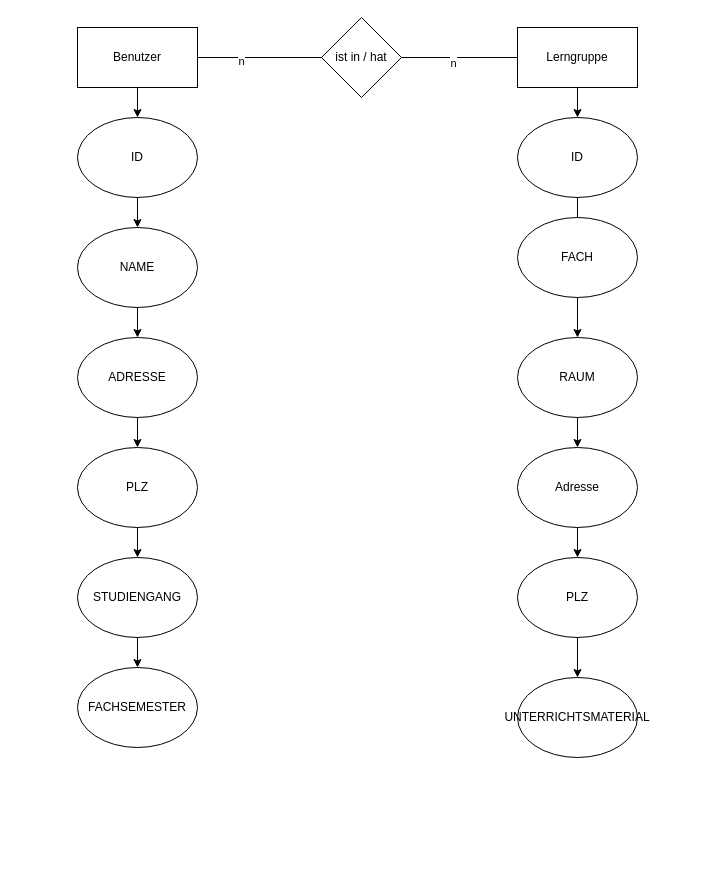
The draw.io diagram Planungsdokumente/ER DIAGRAMM-Jonas Becker LerngruppenKoordinator.drawio in Rollo142/Lerngruppen-Koordinator, before the edit. Source tidied: cells renumbered, new cells numbered last; positions are measured from the earlier drawing's top-left corner, leaving out a move shared by most shapes. Both pictures are drawn from the tidied source at 100%, with x=0, y=0 at pixel (77, 17).
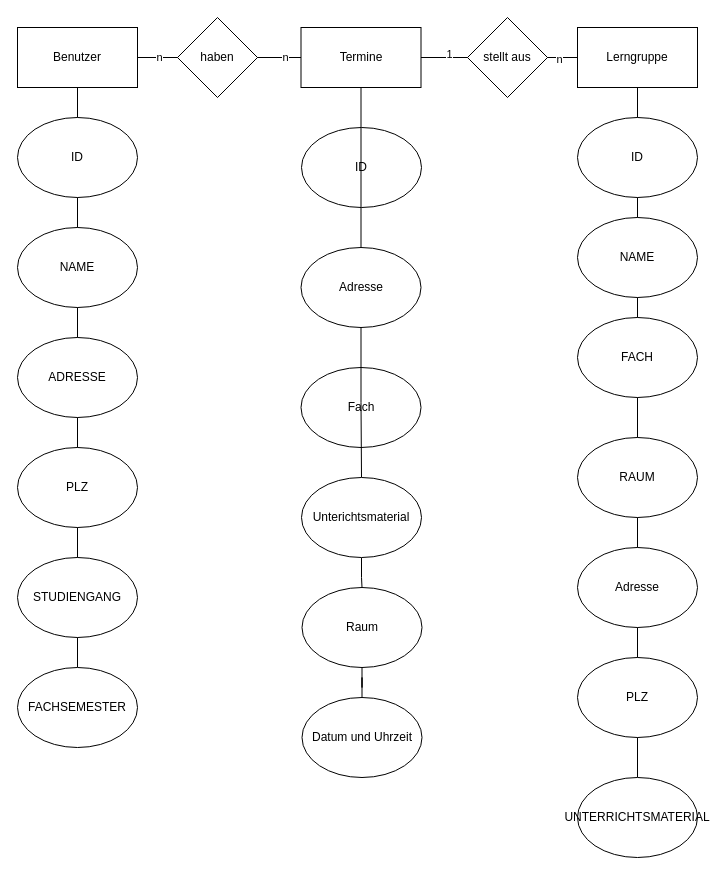
The same diagram, later.

Diff of the diagram source:
```diff
@@
-    <mxCell id="2" style="edgeStyle=orthogonalEdgeStyle;rounded=0;jettySize=auto;html=1;exitX=0.5;exitY=1;exitDx=0;exitDy=0;entryX=0.5;entryY=0;entryDx=0;entryDy=0;" parent="1" edge="1" source="3" target="12">
-      <mxGeometry relative="1" as="geometry" />
-    </mxCell>
+    <mxCell id="32" style="edgeStyle=orthogonalEdgeStyle;rounded=0;jettySize=auto;html=1;entryX=0.5;entryY=0;entryDx=0;entryDy=0;endArrow=none;endFill=0;" parent="1" edge="1" source="3" target="30">
+      <mxGeometry relative="1" as="geometry" />
+    </mxCell>
+    <mxCell id="33" style="edgeStyle=orthogonalEdgeStyle;rounded=0;jettySize=auto;html=1;exitX=1;exitY=0.5;exitDx=0;exitDy=0;endArrow=none;endFill=0;" parent="1" edge="1" source="3" target="41">
+      <mxGeometry relative="1" as="geometry" />
+    </mxCell>
+    <mxCell id="34" value="n" style="edgeLabel;html=1;align=center;verticalAlign=middle;" parent="33" vertex="1">
+      <mxGeometry x="-0.74" y="1" relative="1" as="geometry" />
+    </mxCell>
+    <mxCell id="35" value="n" style="edgeLabel;html=1;align=center;verticalAlign=middle;" parent="33" vertex="1">
+      <mxGeometry x="0.8" y="1" relative="1" as="geometry" />
+    </mxCell>
     <mxCell id="3" value="Benutzer" style="rounded=0;whiteSpace=wrap;html=1;" parent="1" vertex="1">
-      <mxGeometry y="10" width="120" height="60" as="geometry" />
+      <mxGeometry x="-60" y="10" width="120" height="60" as="geometry" />
     </mxCell>
-    <mxCell id="4" value="ist in / hat" style="rhombus;whiteSpace=wrap;html=1;" parent="1" vertex="1">
-      <mxGeometry x="244" width="80" height="80" as="geometry" />
-    </mxCell>
-    <mxCell id="5" style="edgeStyle=orthogonalEdgeStyle;rounded=0;jettySize=auto;html=1;exitX=0.5;exitY=1;exitDx=0;exitDy=0;entryX=0.5;entryY=0;entryDx=0;entryDy=0;" parent="1" edge="1" source="6" target="20">
-      <mxGeometry relative="1" as="geometry" />
-    </mxCell>
+    <mxCell id="36" style="edgeStyle=orthogonalEdgeStyle;rounded=0;jettySize=auto;html=1;entryX=0.5;entryY=0;entryDx=0;entryDy=0;endArrow=none;endFill=0;" parent="1" edge="1" source="6" target="31">
+      <mxGeometry relative="1" as="geometry" />
+    </mxCell>
+    <mxCell id="37" style="edgeStyle=orthogonalEdgeStyle;rounded=0;jettySize=auto;html=1;exitX=0;exitY=0.5;exitDx=0;exitDy=0;entryX=1;entryY=0.5;entryDx=0;entryDy=0;endArrow=none;endFill=0;" parent="1" edge="1" source="6" target="41">
+      <mxGeometry relative="1" as="geometry" />
+    </mxCell>
+    <mxCell id="38" value="1" style="edgeLabel;html=1;align=center;verticalAlign=middle;" parent="37" vertex="1">
+      <mxGeometry x="0.65" y="-4" relative="1" as="geometry" />
+    </mxCell>
+    <mxCell id="39" value="n" style="edgeLabel;html=1;align=center;verticalAlign=middle;" parent="37" vertex="1">
+      <mxGeometry x="-0.76" y="1" relative="1" as="geometry" />
+    </mxCell>
     <mxCell id="6" value="Lerngruppe" style="rounded=0;whiteSpace=wrap;html=1;" parent="1" vertex="1">
-      <mxGeometry x="440" y="10" width="120" height="60" as="geometry" />
+      <mxGeometry x="500" y="10" width="120" height="60" as="geometry" />
     </mxCell>
-    <mxCell id="7" style="endArrow=none;html=1;rounded=0;exitX=1;exitY=0.5;exitDx=0;exitDy=0;entryX=0;entryY=0.5;entryDx=0;entryDy=0;" parent="1" edge="1" source="3" target="4">
-      <mxGeometry relative="1" as="geometry" />
-    </mxCell>
-    <mxCell id="8" value="n" style="edgeLabel;html=1;align=center;verticalAlign=middle;" parent="7" vertex="1">
-      <mxGeometry x="-0.31" y="-3" relative="1" as="geometry" />
-    </mxCell>
-    <mxCell id="9" style="endArrow=none;html=1;rounded=0;exitX=1;exitY=0.5;exitDx=0;exitDy=0;entryX=0;entryY=0.5;entryDx=0;entryDy=0;" parent="1" edge="1" source="4" target="6">
-      <mxGeometry relative="1" as="geometry" />
-    </mxCell>
-    <mxCell id="10" value="n" style="edgeLabel;html=1;align=center;verticalAlign=middle;" parent="9" vertex="1">
-      <mxGeometry x="-0.12" y="-5" relative="1" as="geometry" />
-    </mxCell>
-    <mxCell id="11" style="edgeStyle=orthogonalEdgeStyle;rounded=0;jettySize=auto;html=1;exitX=0.5;exitY=1;exitDx=0;exitDy=0;entryX=0.5;entryY=0;entryDx=0;entryDy=0;" parent="1" edge="1" source="12" target="14">
-      <mxGeometry relative="1" as="geometry" />
-    </mxCell>
     <mxCell id="12" value="ID" style="ellipse;whiteSpace=wrap;html=1;" parent="1" vertex="1">
-      <mxGeometry y="100" width="120" height="80" as="geometry" />
+      <mxGeometry x="-60" y="100" width="120" height="80" as="geometry" />
     </mxCell>
-    <mxCell id="13" style="edgeStyle=orthogonalEdgeStyle;rounded=0;jettySize=auto;html=1;exitX=0.5;exitY=1;exitDx=0;exitDy=0;entryX=0.5;entryY=0;entryDx=0;entryDy=0;" parent="1" edge="1" source="14" target="16">
-      <mxGeometry relative="1" as="geometry" />
-    </mxCell>
     <mxCell id="14" value="NAME" style="ellipse;whiteSpace=wrap;html=1;" parent="1" vertex="1">
-      <mxGeometry y="210" width="120" height="80" as="geometry" />
+      <mxGeometry x="-60" y="210" width="120" height="80" as="geometry" />
     </mxCell>
-    <mxCell id="15" style="edgeStyle=orthogonalEdgeStyle;rounded=0;jettySize=auto;html=1;exitX=0.5;exitY=1;exitDx=0;exitDy=0;entryX=0.5;entryY=0;entryDx=0;entryDy=0;" parent="1" edge="1" source="16" target="18">
-      <mxGeometry relative="1" as="geometry" />
-    </mxCell>
     <mxCell id="16" value="ADRESSE" style="ellipse;whiteSpace=wrap;html=1;" parent="1" vertex="1">
-      <mxGeometry y="320" width="120" height="80" as="geometry" />
+      <mxGeometry x="-60" y="320" width="120" height="80" as="geometry" />
     </mxCell>
-    <mxCell id="17" style="edgeStyle=orthogonalEdgeStyle;rounded=0;jettySize=auto;html=1;exitX=0.5;exitY=1;exitDx=0;exitDy=0;entryX=0.5;entryY=0;entryDx=0;entryDy=0;" parent="1" edge="1" source="18" target="29">
-      <mxGeometry relative="1" as="geometry" />
-    </mxCell>
     <mxCell id="18" value="PLZ" style="ellipse;whiteSpace=wrap;html=1;" parent="1" vertex="1">
-      <mxGeometry y="430" width="120" height="80" as="geometry" />
+      <mxGeometry x="-60" y="430" width="120" height="80" as="geometry" />
     </mxCell>
-    <mxCell id="19" style="edgeStyle=orthogonalEdgeStyle;rounded=0;jettySize=auto;html=1;exitX=0.5;exitY=1;exitDx=0;exitDy=0;entryX=0.5;entryY=0;entryDx=0;entryDy=0;" parent="1" edge="1" source="20" target="22">
-      <mxGeometry relative="1" as="geometry" />
-    </mxCell>
     <mxCell id="20" value="ID" style="ellipse;whiteSpace=wrap;html=1;" parent="1" vertex="1">
-      <mxGeometry x="440" y="100" width="120" height="80" as="geometry" />
+      <mxGeometry x="500" y="100" width="120" height="80" as="geometry" />
     </mxCell>
-    <mxCell id="21" style="edgeStyle=orthogonalEdgeStyle;rounded=0;jettySize=auto;html=1;exitX=0.5;exitY=1;exitDx=0;exitDy=0;" parent="1" edge="1" source="22" target="24">
-      <mxGeometry relative="1" as="geometry" />
-    </mxCell>
     <mxCell id="22" value="RAUM" style="ellipse;whiteSpace=wrap;html=1;" parent="1" vertex="1">
-      <mxGeometry x="440" y="320" width="120" height="80" as="geometry" />
+      <mxGeometry x="500" y="420" width="120" height="80" as="geometry" />
     </mxCell>
-    <mxCell id="23" style="edgeStyle=orthogonalEdgeStyle;rounded=0;jettySize=auto;html=1;exitX=0.5;exitY=1;exitDx=0;exitDy=0;entryX=0.5;entryY=0;entryDx=0;entryDy=0;" parent="1" edge="1" source="24" target="26">
-      <mxGeometry relative="1" as="geometry" />
-    </mxCell>
     <mxCell id="24" value="Adresse" style="ellipse;whiteSpace=wrap;html=1;" parent="1" vertex="1">
-      <mxGeometry x="440" y="430" width="120" height="80" as="geometry" />
+      <mxGeometry x="500" y="530" width="120" height="80" as="geometry" />
     </mxCell>
-    <mxCell id="25" style="edgeStyle=orthogonalEdgeStyle;rounded=0;jettySize=auto;html=1;exitX=0.5;exitY=1;exitDx=0;exitDy=0;entryX=0.5;entryY=0;entryDx=0;entryDy=0;" parent="1" edge="1" source="26" target="31">
-      <mxGeometry relative="1" as="geometry" />
-    </mxCell>
     <mxCell id="26" value="PLZ" style="ellipse;whiteSpace=wrap;html=1;" parent="1" vertex="1">
-      <mxGeometry x="440" y="540" width="120" height="80" as="geometry" />
+      <mxGeometry x="500" y="640" width="120" height="80" as="geometry" />
     </mxCell>
     <mxCell id="27" value="FACH" style="ellipse;whiteSpace=wrap;html=1;" parent="1" vertex="1">
-      <mxGeometry x="440" y="200" width="120" height="80" as="geometry" />
+      <mxGeometry x="500" y="300" width="120" height="80" as="geometry" />
     </mxCell>
-    <mxCell id="28" style="edgeStyle=orthogonalEdgeStyle;rounded=0;jettySize=auto;html=1;exitX=0.5;exitY=1;exitDx=0;exitDy=0;entryX=0.5;entryY=0;entryDx=0;entryDy=0;" parent="1" edge="1" source="29" target="30">
-      <mxGeometry relative="1" as="geometry" />
-    </mxCell>
     <mxCell id="29" value="STUDIENGANG" style="ellipse;whiteSpace=wrap;html=1;" parent="1" vertex="1">
-      <mxGeometry y="540" width="120" height="80" as="geometry" />
+      <mxGeometry x="-60" y="540" width="120" height="80" as="geometry" />
     </mxCell>
     <mxCell id="30" value="FACHSEMESTER" style="ellipse;whiteSpace=wrap;html=1;" parent="1" vertex="1">
-      <mxGeometry y="650" width="120" height="80" as="geometry" />
+      <mxGeometry x="-60" y="650" width="120" height="80" as="geometry" />
     </mxCell>
     <mxCell id="31" value="UNTERRICHTSMATERIAL" style="ellipse;whiteSpace=wrap;html=1;" parent="1" vertex="1">
-      <mxGeometry x="440" y="660" width="120" height="80" as="geometry" />
+      <mxGeometry x="500" y="760" width="120" height="80" as="geometry" />
     </mxCell>
+    <mxCell id="40" style="edgeStyle=orthogonalEdgeStyle;rounded=0;jettySize=auto;html=1;exitX=0.5;exitY=1;exitDx=0;exitDy=0;endArrow=none;endFill=0;" parent="1" edge="1" source="53" target="45">
+      <mxGeometry relative="1" as="geometry" />
+    </mxCell>
+    <mxCell id="41" value="Termine" style="rounded=0;whiteSpace=wrap;html=1;" parent="1" vertex="1">
+      <mxGeometry x="223.5" y="10" width="120" height="60" as="geometry" />
+    </mxCell>
+    <mxCell id="42" value="ID" style="ellipse;whiteSpace=wrap;html=1;" parent="1" vertex="1">
+      <mxGeometry x="224" y="110" width="120" height="80" as="geometry" />
+    </mxCell>
+    <mxCell id="43" value="Fach" style="ellipse;whiteSpace=wrap;html=1;" parent="1" vertex="1">
+      <mxGeometry x="223.5" y="350" width="120" height="80" as="geometry" />
+    </mxCell>
+    <mxCell id="44" style="edgeStyle=orthogonalEdgeStyle;rounded=0;jettySize=auto;html=1;entryX=0.5;entryY=0;entryDx=0;entryDy=0;endArrow=none;endFill=0;" parent="1" edge="1" source="45" target="48">
+      <mxGeometry relative="1" as="geometry" />
+    </mxCell>
+    <mxCell id="45" value="Raum" style="ellipse;whiteSpace=wrap;html=1;" parent="1" vertex="1">
+      <mxGeometry x="224.5" y="570" width="120" height="80" as="geometry" />
+    </mxCell>
+    <mxCell id="46" value="haben" style="rhombus;whiteSpace=wrap;html=1;" parent="1" vertex="1">
+      <mxGeometry x="100" width="80" height="80" as="geometry" />
+    </mxCell>
+    <mxCell id="47" value="stellt aus" style="rhombus;whiteSpace=wrap;html=1;" parent="1" vertex="1">
+      <mxGeometry x="390" width="80" height="80" as="geometry" />
+    </mxCell>
+    <mxCell id="48" value="Datum und Uhrzeit" style="ellipse;whiteSpace=wrap;html=1;" parent="1" vertex="1">
+      <mxGeometry x="224.5" y="680" width="120" height="80" as="geometry" />
+    </mxCell>
+    <mxCell id="49" value="NAME" style="ellipse;whiteSpace=wrap;html=1;" parent="1" vertex="1">
+      <mxGeometry x="500" y="200" width="120" height="80" as="geometry" />
+    </mxCell>
+    <mxCell id="50" style="edgeStyle=orthogonalEdgeStyle;rounded=0;jettySize=auto;html=1;exitX=0.5;exitY=1;exitDx=0;exitDy=0;endArrow=none;endFill=0;" parent="1" edge="1" source="41" target="51">
+      <mxGeometry relative="1" as="geometry" />
+    </mxCell>
+    <mxCell id="51" value="Adresse" style="ellipse;whiteSpace=wrap;html=1;" parent="1" vertex="1">
+      <mxGeometry x="223.5" y="230" width="120" height="80" as="geometry" />
+    </mxCell>
+    <mxCell id="52" style="edgeStyle=orthogonalEdgeStyle;rounded=0;jettySize=auto;html=1;exitX=0.5;exitY=1;exitDx=0;exitDy=0;endArrow=none;endFill=0;" parent="1" edge="1" source="51" target="53">
+      <mxGeometry relative="1" as="geometry" />
+    </mxCell>
+    <mxCell id="53" value="Unterichtsmaterial" style="ellipse;whiteSpace=wrap;html=1;" parent="1" vertex="1">
+      <mxGeometry x="224" y="460" width="120" height="80" as="geometry" />
+    </mxCell>
```
